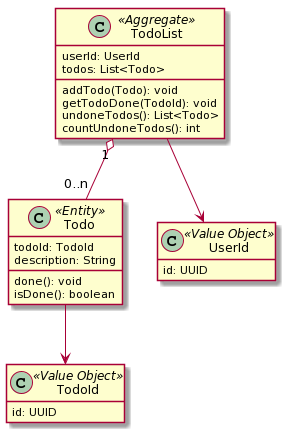
This is docs/uml/domain-objects.png from sneufeind/hexagonal-architecture-example-java, a PlantUML export, as it was before one commit. Source of this version:
```plantuml
@startuml
class Todo <<Entity>> {
    todoId: TodoId
    description: String
    done(): void
    isDone(): boolean
}
class TodoId <<Value Object>> {
    id: UUID
}
class TodoList  <<Aggregate>> {
    userId: UserId
    todos: List<Todo>
    addTodo(Todo): void
    getTodoDone(TodoId): void
    undoneTodos(): List<Todo>
    countUndoneTodos(): int
}
class UserId <<Value Object>> {
    id: UUID
}

Todo --> TodoId
TodoList "1" o-- "0..n" Todo
TodoList --> UserId

hide TodoId methods
hide UserId methods
@enduml
```
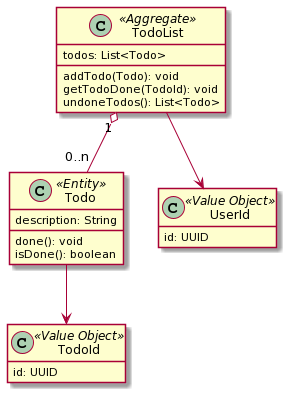
The same diagram one commit later.

Commit message:
docs: change domain object uml

The edit, as a diff of the source:
```diff
@@ -1,6 +1,5 @@
 @startuml
 class Todo <<Entity>> {
-    todoId: TodoId
     description: String
     done(): void
     isDone(): boolean
@@ -9,12 +8,10 @@
     id: UUID
 }
 class TodoList  <<Aggregate>> {
-    userId: UserId
     todos: List<Todo>
     addTodo(Todo): void
     getTodoDone(TodoId): void
     undoneTodos(): List<Todo>
-    countUndoneTodos(): int
 }
 class UserId <<Value Object>> {
     id: UUID
```
